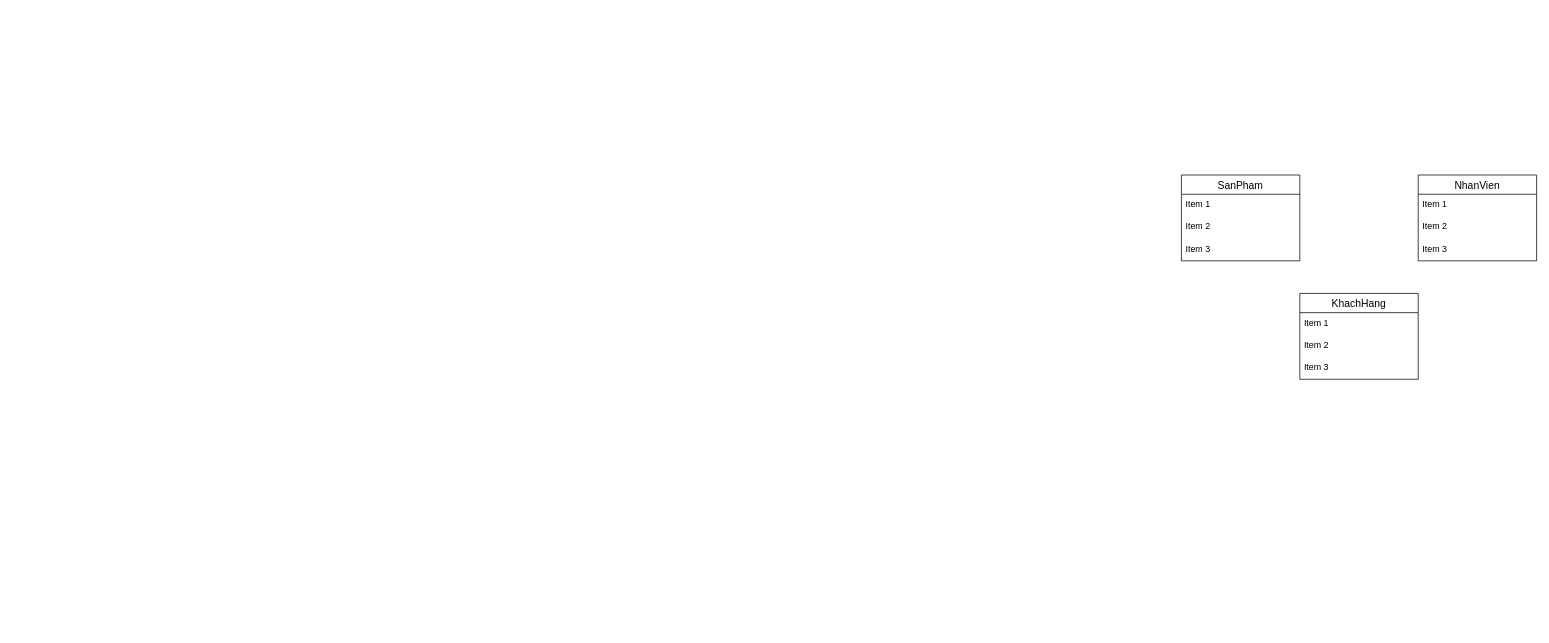
Before: ConstructorDiagram.drawio in EdgarIgnite16/Fast-food-store-Manager-OOP, a draw.io diagram. Source tidied: cells renumbered, new cells numbered last; positions are measured from the earlier drawing's top-left corner, leaving out a move shared by most shapes. Both pictures are drawn from the tidied source at 74%, with x=0, y=0 at pixel (1181, 175).
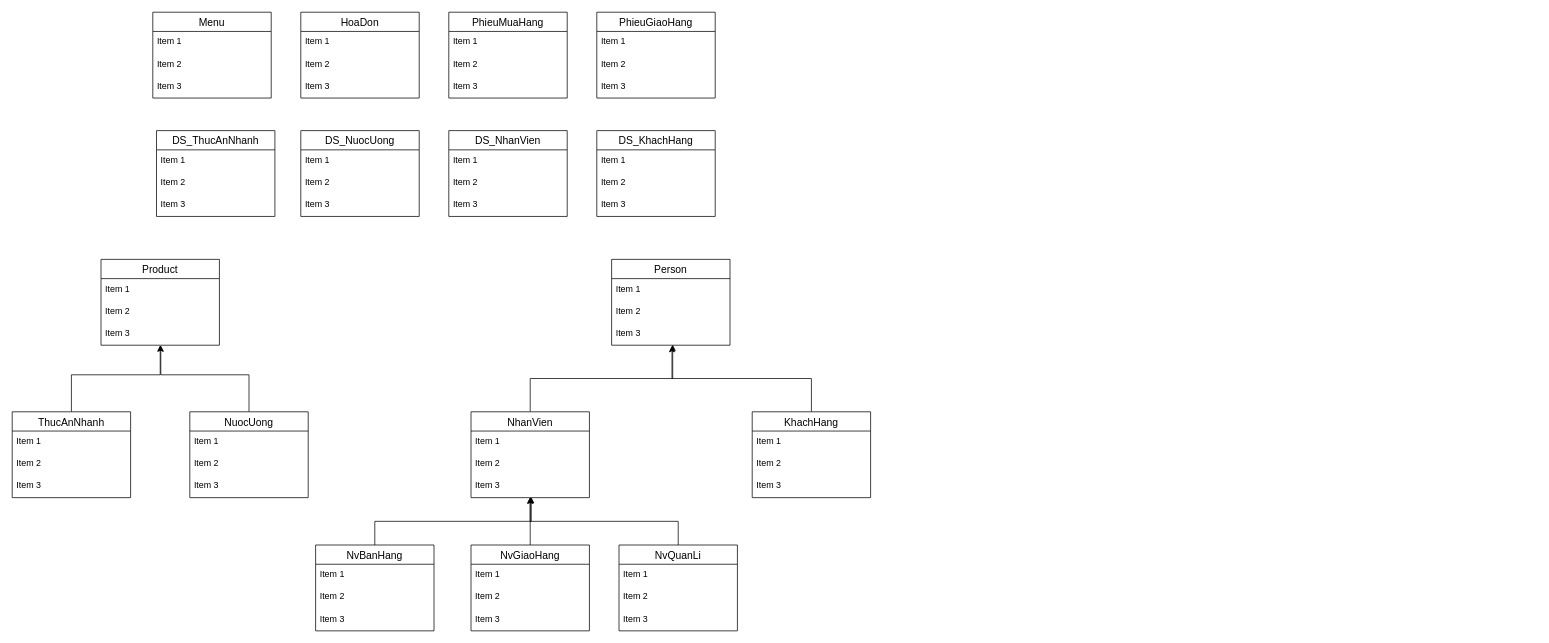
After the change.

The change refers to these unchanged cells:
```xml
<mxCell id="5" value="Item 3" style="text;strokeColor=none;fillColor=none;spacingLeft=4;spacingRight=4;overflow=hidden;points=[[0,0.5],[1,0.5]];portConstraint=eastwest;fontSize=12;" parent="2" vertex="1">
  <mxGeometry y="86" width="160" height="30" as="geometry" />
</mxCell>
```

Diff of the diagram source:
```diff
@@
-    <mxCell id="2" value="SanPham" style="swimlane;fontStyle=0;horizontal=1;startSize=26;align=center;fontSize=14;" parent="1" vertex="1">
-      <mxGeometry width="160" height="116" as="geometry" />
+    <mxCell id="2" value="Product" style="swimlane;fontStyle=0;horizontal=1;startSize=26;align=center;fontSize=14;" parent="1" vertex="1">
+      <mxGeometry x="-1460" y="114" width="160" height="116" as="geometry" />
     </mxCell>
@@
+    <mxCell id="14" value="HoaDon" style="swimlane;fontStyle=0;horizontal=1;startSize=26;align=center;fontSize=14;" parent="1" vertex="1">
+      <mxGeometry x="-1190" y="-220" width="160" height="116" as="geometry" />
+    </mxCell>
+    <mxCell id="15" value="Item 1" style="text;strokeColor=none;fillColor=none;spacingLeft=4;spacingRight=4;overflow=hidden;fontSize=12;" parent="14" vertex="1">
+      <mxGeometry y="26" width="160" height="30" as="geometry" />
+    </mxCell>
+    <mxCell id="16" value="Item 2" style="text;strokeColor=none;fillColor=none;spacingLeft=4;spacingRight=4;overflow=hidden;fontSize=12;" parent="14" vertex="1">
+      <mxGeometry y="56" width="160" height="30" as="geometry" />
+    </mxCell>
+    <mxCell id="17" value="Item 3" style="text;strokeColor=none;fillColor=none;spacingLeft=4;spacingRight=4;overflow=hidden;fontSize=12;" parent="14" vertex="1">
+      <mxGeometry y="86" width="160" height="30" as="geometry" />
+    </mxCell>
+    <mxCell id="18" value="PhieuMuaHang" style="swimlane;fontStyle=0;horizontal=1;startSize=26;align=center;fontSize=14;" parent="1" vertex="1">
+      <mxGeometry x="-990" y="-220" width="160" height="116" as="geometry" />
+    </mxCell>
+    <mxCell id="19" value="Item 1" style="text;strokeColor=none;fillColor=none;spacingLeft=4;spacingRight=4;overflow=hidden;fontSize=12;" parent="18" vertex="1">
+      <mxGeometry y="26" width="160" height="30" as="geometry" />
+    </mxCell>
+    <mxCell id="20" value="Item 2" style="text;strokeColor=none;fillColor=none;spacingLeft=4;spacingRight=4;overflow=hidden;fontSize=12;" parent="18" vertex="1">
+      <mxGeometry y="56" width="160" height="30" as="geometry" />
+    </mxCell>
+    <mxCell id="21" value="Item 3" style="text;strokeColor=none;fillColor=none;spacingLeft=4;spacingRight=4;overflow=hidden;fontSize=12;" parent="18" vertex="1">
+      <mxGeometry y="86" width="160" height="30" as="geometry" />
+    </mxCell>
+    <mxCell id="22" value="PhieuGiaoHang" style="swimlane;fontStyle=0;horizontal=1;startSize=26;align=center;fontSize=14;" parent="1" vertex="1">
+      <mxGeometry x="-790" y="-220" width="160" height="116" as="geometry" />
+    </mxCell>
+    <mxCell id="23" value="Item 1" style="text;strokeColor=none;fillColor=none;spacingLeft=4;spacingRight=4;overflow=hidden;fontSize=12;" parent="22" vertex="1">
+      <mxGeometry y="26" width="160" height="30" as="geometry" />
+    </mxCell>
+    <mxCell id="24" value="Item 2" style="text;strokeColor=none;fillColor=none;spacingLeft=4;spacingRight=4;overflow=hidden;fontSize=12;" parent="22" vertex="1">
+      <mxGeometry y="56" width="160" height="30" as="geometry" />
+    </mxCell>
+    <mxCell id="25" value="Item 3" style="text;strokeColor=none;fillColor=none;spacingLeft=4;spacingRight=4;overflow=hidden;fontSize=12;" parent="22" vertex="1">
+      <mxGeometry y="86" width="160" height="30" as="geometry" />
+    </mxCell>
+    <mxCell id="26" style="edgeStyle=orthogonalEdgeStyle;rounded=0;jettySize=auto;html=1;exitX=0.5;exitY=0;exitDx=0;exitDy=0;" parent="1" edge="1" source="27" target="5">
+      <mxGeometry relative="1" as="geometry">
+        <Array as="points">
+          <mxPoint x="-1500" y="270" />
+          <mxPoint x="-1380" y="270" />
+        </Array>
+      </mxGeometry>
+    </mxCell>
+    <mxCell id="27" value="ThucAnNhanh" style="swimlane;fontStyle=0;horizontal=1;startSize=26;align=center;fontSize=14;" parent="1" vertex="1">
+      <mxGeometry x="-1580" y="320" width="160" height="116" as="geometry" />
+    </mxCell>
+    <mxCell id="28" value="Item 1" style="text;strokeColor=none;fillColor=none;spacingLeft=4;spacingRight=4;overflow=hidden;fontSize=12;" parent="27" vertex="1">
+      <mxGeometry y="26" width="160" height="30" as="geometry" />
+    </mxCell>
+    <mxCell id="29" value="Item 2" style="text;strokeColor=none;fillColor=none;spacingLeft=4;spacingRight=4;overflow=hidden;fontSize=12;" parent="27" vertex="1">
+      <mxGeometry y="56" width="160" height="30" as="geometry" />
+    </mxCell>
+    <mxCell id="30" value="Item 3" style="text;strokeColor=none;fillColor=none;spacingLeft=4;spacingRight=4;overflow=hidden;fontSize=12;" parent="27" vertex="1">
+      <mxGeometry y="86" width="160" height="30" as="geometry" />
+    </mxCell>
+    <mxCell id="31" style="edgeStyle=orthogonalEdgeStyle;rounded=0;jettySize=auto;html=1;entryX=0.505;entryY=1.006;entryDx=0;entryDy=0;entryPerimeter=0;" parent="1" edge="1" source="32" target="5">
+      <mxGeometry relative="1" as="geometry">
+        <Array as="points">
+          <mxPoint x="-1260" y="270" />
+          <mxPoint x="-1379" y="270" />
+        </Array>
+      </mxGeometry>
+    </mxCell>
+    <mxCell id="32" value="NuocUong" style="swimlane;fontStyle=0;horizontal=1;startSize=26;align=center;fontSize=14;" parent="1" vertex="1">
+      <mxGeometry x="-1340" y="320" width="160" height="116" as="geometry" />
+    </mxCell>
+    <mxCell id="33" value="Item 1" style="text;strokeColor=none;fillColor=none;spacingLeft=4;spacingRight=4;overflow=hidden;fontSize=12;" parent="32" vertex="1">
+      <mxGeometry y="26" width="160" height="30" as="geometry" />
+    </mxCell>
+    <mxCell id="34" value="Item 2" style="text;strokeColor=none;fillColor=none;spacingLeft=4;spacingRight=4;overflow=hidden;fontSize=12;" parent="32" vertex="1">
+      <mxGeometry y="56" width="160" height="30" as="geometry" />
+    </mxCell>
+    <mxCell id="35" value="Item 3" style="text;strokeColor=none;fillColor=none;spacingLeft=4;spacingRight=4;overflow=hidden;fontSize=12;" parent="32" vertex="1">
+      <mxGeometry y="86" width="160" height="30" as="geometry" />
+    </mxCell>
+    <mxCell id="36" value="Person" style="swimlane;fontStyle=0;horizontal=1;startSize=26;align=center;fontSize=14;" parent="1" vertex="1">
+      <mxGeometry x="-770" y="114" width="160" height="116" as="geometry" />
+    </mxCell>
+    <mxCell id="37" value="Item 1" style="text;strokeColor=none;fillColor=none;spacingLeft=4;spacingRight=4;overflow=hidden;fontSize=12;" parent="36" vertex="1">
+      <mxGeometry y="26" width="160" height="30" as="geometry" />
+    </mxCell>
+    <mxCell id="38" value="Item 2" style="text;strokeColor=none;fillColor=none;spacingLeft=4;spacingRight=4;overflow=hidden;fontSize=12;" parent="36" vertex="1">
+      <mxGeometry y="56" width="160" height="30" as="geometry" />
+    </mxCell>
+    <mxCell id="39" value="Item 3" style="text;strokeColor=none;fillColor=none;spacingLeft=4;spacingRight=4;overflow=hidden;points=[[0,0.5],[1,0.5]];portConstraint=eastwest;fontSize=12;" parent="36" vertex="1">
+      <mxGeometry y="86" width="160" height="30" as="geometry" />
+    </mxCell>
+    <mxCell id="40" style="edgeStyle=orthogonalEdgeStyle;rounded=0;jettySize=auto;html=1;entryX=0.516;entryY=0.978;entryDx=0;entryDy=0;entryPerimeter=0;" parent="1" edge="1" source="6" target="39">
+      <mxGeometry relative="1" as="geometry" />
+    </mxCell>
     <mxCell id="6" value="NhanVien" style="swimlane;fontStyle=0;horizontal=1;startSize=26;align=center;fontSize=14;" parent="1" vertex="1">
-      <mxGeometry x="320" width="160" height="116" as="geometry" />
+      <mxGeometry x="-960" y="320" width="160" height="116" as="geometry" />
     </mxCell>
-    <mxCell id="7" value="Item 1" style="text;strokeColor=none;fillColor=none;spacingLeft=4;spacingRight=4;overflow=hidden;fontSize=12;" parent="6" vertex="1">
-      <mxGeometry y="26" width="160" height="30" as="geometry" />
-    </mxCell>
-    <mxCell id="8" value="Item 2" style="text;strokeColor=none;fillColor=none;spacingLeft=4;spacingRight=4;overflow=hidden;fontSize=12;" parent="6" vertex="1">
-      <mxGeometry y="56" width="160" height="30" as="geometry" />
-    </mxCell>
-    <mxCell id="9" value="Item 3" style="text;strokeColor=none;fillColor=none;spacingLeft=4;spacingRight=4;overflow=hidden;fontSize=12;" parent="6" vertex="1">
-      <mxGeometry y="86" width="160" height="30" as="geometry" />
-    </mxCell>
+    <mxCell id="41" value="Item 1" style="text;strokeColor=none;fillColor=none;spacingLeft=4;spacingRight=4;overflow=hidden;fontSize=12;" parent="6" vertex="1">
+      <mxGeometry y="26" width="160" height="30" as="geometry" />
+    </mxCell>
+    <mxCell id="42" value="Item 2" style="text;strokeColor=none;fillColor=none;spacingLeft=4;spacingRight=4;overflow=hidden;fontSize=12;" parent="6" vertex="1">
+      <mxGeometry y="56" width="160" height="30" as="geometry" />
+    </mxCell>
+    <mxCell id="43" value="Item 3" style="text;strokeColor=none;fillColor=none;spacingLeft=4;spacingRight=4;overflow=hidden;points=[[0,0.5],[1,0.5]];portConstraint=eastwest;fontSize=12;" parent="6" vertex="1">
+      <mxGeometry y="86" width="160" height="30" as="geometry" />
+    </mxCell>
+    <mxCell id="44" style="edgeStyle=orthogonalEdgeStyle;rounded=0;jettySize=auto;html=1;entryX=0.51;entryY=1.033;entryDx=0;entryDy=0;entryPerimeter=0;" parent="1" edge="1" source="10" target="39">
+      <mxGeometry relative="1" as="geometry" />
+    </mxCell>
     <mxCell id="10" value="KhachHang" style="swimlane;fontStyle=0;horizontal=1;startSize=26;align=center;fontSize=14;" parent="1" vertex="1">
-      <mxGeometry x="160" y="160" width="160" height="116" as="geometry" />
+      <mxGeometry x="-580" y="320" width="160" height="116" as="geometry" />
     </mxCell>
-    <mxCell id="11" value="Item 1" style="text;strokeColor=none;fillColor=none;spacingLeft=4;spacingRight=4;overflow=hidden;fontSize=12;" parent="10" vertex="1">
-      <mxGeometry y="26" width="160" height="30" as="geometry" />
-    </mxCell>
-    <mxCell id="12" value="Item 2" style="text;strokeColor=none;fillColor=none;spacingLeft=4;spacingRight=4;overflow=hidden;fontSize=12;" parent="10" vertex="1">
-      <mxGeometry y="56" width="160" height="30" as="geometry" />
-    </mxCell>
-    <mxCell id="13" value="Item 3" style="text;strokeColor=none;fillColor=none;spacingLeft=4;spacingRight=4;overflow=hidden;fontSize=12;" parent="10" vertex="1">
-      <mxGeometry y="86" width="160" height="30" as="geometry" />
-    </mxCell>
+    <mxCell id="45" value="Item 1" style="text;strokeColor=none;fillColor=none;spacingLeft=4;spacingRight=4;overflow=hidden;fontSize=12;" parent="10" vertex="1">
+      <mxGeometry y="26" width="160" height="30" as="geometry" />
+    </mxCell>
+    <mxCell id="46" value="Item 2" style="text;strokeColor=none;fillColor=none;spacingLeft=4;spacingRight=4;overflow=hidden;fontSize=12;" parent="10" vertex="1">
+      <mxGeometry y="56" width="160" height="30" as="geometry" />
+    </mxCell>
+    <mxCell id="47" value="Item 3" style="text;strokeColor=none;fillColor=none;spacingLeft=4;spacingRight=4;overflow=hidden;fontSize=12;" parent="10" vertex="1">
+      <mxGeometry y="86" width="160" height="30" as="geometry" />
+    </mxCell>
+    <mxCell id="48" style="edgeStyle=orthogonalEdgeStyle;rounded=0;jettySize=auto;html=1;entryX=0.509;entryY=0.974;entryDx=0;entryDy=0;entryPerimeter=0;" parent="1" edge="1" source="49" target="43">
+      <mxGeometry relative="1" as="geometry" />
+    </mxCell>
+    <mxCell id="49" value="NvBanHang" style="swimlane;fontStyle=0;horizontal=1;startSize=26;align=center;fontSize=14;" parent="1" vertex="1">
+      <mxGeometry x="-1170" y="500" width="160" height="116" as="geometry" />
+    </mxCell>
+    <mxCell id="50" value="Item 1" style="text;strokeColor=none;fillColor=none;spacingLeft=4;spacingRight=4;overflow=hidden;fontSize=12;" parent="49" vertex="1">
+      <mxGeometry y="26" width="160" height="30" as="geometry" />
+    </mxCell>
+    <mxCell id="51" value="Item 2" style="text;strokeColor=none;fillColor=none;spacingLeft=4;spacingRight=4;overflow=hidden;fontSize=12;" parent="49" vertex="1">
+      <mxGeometry y="56" width="160" height="30" as="geometry" />
+    </mxCell>
+    <mxCell id="52" value="Item 3" style="text;strokeColor=none;fillColor=none;spacingLeft=4;spacingRight=4;overflow=hidden;fontSize=12;" parent="49" vertex="1">
+      <mxGeometry y="86" width="160" height="30" as="geometry" />
+    </mxCell>
+    <mxCell id="53" value="DS_ThucAnNhanh" style="swimlane;fontStyle=0;horizontal=1;startSize=26;align=center;fontSize=14;" parent="1" vertex="1">
+      <mxGeometry x="-1385" y="-60" width="160" height="116" as="geometry" />
+    </mxCell>
+    <mxCell id="54" value="Item 1" style="text;strokeColor=none;fillColor=none;spacingLeft=4;spacingRight=4;overflow=hidden;fontSize=12;" parent="53" vertex="1">
+      <mxGeometry y="26" width="160" height="30" as="geometry" />
+    </mxCell>
+    <mxCell id="55" value="Item 2" style="text;strokeColor=none;fillColor=none;spacingLeft=4;spacingRight=4;overflow=hidden;fontSize=12;" parent="53" vertex="1">
+      <mxGeometry y="56" width="160" height="30" as="geometry" />
+    </mxCell>
+    <mxCell id="56" value="Item 3" style="text;strokeColor=none;fillColor=none;spacingLeft=4;spacingRight=4;overflow=hidden;fontSize=12;" parent="53" vertex="1">
+      <mxGeometry y="86" width="160" height="30" as="geometry" />
+    </mxCell>
+    <mxCell id="57" value="DS_NuocUong" style="swimlane;fontStyle=0;horizontal=1;startSize=26;align=center;fontSize=14;" parent="1" vertex="1">
+      <mxGeometry x="-1190" y="-60" width="160" height="116" as="geometry" />
+    </mxCell>
+    <mxCell id="58" value="Item 1" style="text;strokeColor=none;fillColor=none;spacingLeft=4;spacingRight=4;overflow=hidden;fontSize=12;" parent="57" vertex="1">
+      <mxGeometry y="26" width="160" height="30" as="geometry" />
+    </mxCell>
+    <mxCell id="59" value="Item 2" style="text;strokeColor=none;fillColor=none;spacingLeft=4;spacingRight=4;overflow=hidden;fontSize=12;" parent="57" vertex="1">
+      <mxGeometry y="56" width="160" height="30" as="geometry" />
+    </mxCell>
+    <mxCell id="60" value="Item 3" style="text;strokeColor=none;fillColor=none;spacingLeft=4;spacingRight=4;overflow=hidden;fontSize=12;" parent="57" vertex="1">
+      <mxGeometry y="86" width="160" height="30" as="geometry" />
+    </mxCell>
+    <mxCell id="61" value="DS_NhanVien" style="swimlane;fontStyle=0;horizontal=1;startSize=26;align=center;fontSize=14;" parent="1" vertex="1">
+      <mxGeometry x="-990" y="-60" width="160" height="116" as="geometry" />
+    </mxCell>
+    <mxCell id="62" value="Item 1" style="text;strokeColor=none;fillColor=none;spacingLeft=4;spacingRight=4;overflow=hidden;fontSize=12;" parent="61" vertex="1">
+      <mxGeometry y="26" width="160" height="30" as="geometry" />
+    </mxCell>
+    <mxCell id="63" value="Item 2" style="text;strokeColor=none;fillColor=none;spacingLeft=4;spacingRight=4;overflow=hidden;fontSize=12;" parent="61" vertex="1">
+      <mxGeometry y="56" width="160" height="30" as="geometry" />
+    </mxCell>
+    <mxCell id="64" value="Item 3" style="text;strokeColor=none;fillColor=none;spacingLeft=4;spacingRight=4;overflow=hidden;fontSize=12;" parent="61" vertex="1">
+      <mxGeometry y="86" width="160" height="30" as="geometry" />
+    </mxCell>
+    <mxCell id="65" value="DS_KhachHang" style="swimlane;fontStyle=0;horizontal=1;startSize=26;align=center;fontSize=14;" parent="1" vertex="1">
+      <mxGeometry x="-790" y="-60" width="160" height="116" as="geometry" />
+    </mxCell>
+    <mxCell id="66" value="Item 1" style="text;strokeColor=none;fillColor=none;spacingLeft=4;spacingRight=4;overflow=hidden;fontSize=12;" parent="65" vertex="1">
+      <mxGeometry y="26" width="160" height="30" as="geometry" />
+    </mxCell>
+    <mxCell id="67" value="Item 2" style="text;strokeColor=none;fillColor=none;spacingLeft=4;spacingRight=4;overflow=hidden;fontSize=12;" parent="65" vertex="1">
+      <mxGeometry y="56" width="160" height="30" as="geometry" />
+    </mxCell>
+    <mxCell id="68" value="Item 3" style="text;strokeColor=none;fillColor=none;spacingLeft=4;spacingRight=4;overflow=hidden;fontSize=12;" parent="65" vertex="1">
+      <mxGeometry y="86" width="160" height="30" as="geometry" />
+    </mxCell>
+    <mxCell id="69" style="edgeStyle=orthogonalEdgeStyle;rounded=0;jettySize=auto;html=1;entryX=0.5;entryY=0.974;entryDx=0;entryDy=0;entryPerimeter=0;" parent="1" edge="1" source="70" target="43">
+      <mxGeometry relative="1" as="geometry" />
+    </mxCell>
+    <mxCell id="70" value="NvGiaoHang" style="swimlane;fontStyle=0;horizontal=1;startSize=26;align=center;fontSize=14;" parent="1" vertex="1">
+      <mxGeometry x="-960" y="500" width="160" height="116" as="geometry" />
+    </mxCell>
+    <mxCell id="71" value="Item 1" style="text;strokeColor=none;fillColor=none;spacingLeft=4;spacingRight=4;overflow=hidden;fontSize=12;" parent="70" vertex="1">
+      <mxGeometry y="26" width="160" height="30" as="geometry" />
+    </mxCell>
+    <mxCell id="72" value="Item 2" style="text;strokeColor=none;fillColor=none;spacingLeft=4;spacingRight=4;overflow=hidden;fontSize=12;" parent="70" vertex="1">
+      <mxGeometry y="56" width="160" height="30" as="geometry" />
+    </mxCell>
+    <mxCell id="73" value="Item 3" style="text;strokeColor=none;fillColor=none;spacingLeft=4;spacingRight=4;overflow=hidden;fontSize=12;" parent="70" vertex="1">
+      <mxGeometry y="86" width="160" height="30" as="geometry" />
+    </mxCell>
+    <mxCell id="74" style="edgeStyle=orthogonalEdgeStyle;rounded=0;jettySize=auto;html=1;entryX=0.5;entryY=0.997;entryDx=0;entryDy=0;entryPerimeter=0;" parent="1" edge="1" source="75" target="43">
+      <mxGeometry relative="1" as="geometry" />
+    </mxCell>
+    <mxCell id="75" value="NvQuanLi" style="swimlane;fontStyle=0;horizontal=1;startSize=26;align=center;fontSize=14;" parent="1" vertex="1">
+      <mxGeometry x="-760" y="500" width="160" height="116" as="geometry" />
+    </mxCell>
+    <mxCell id="76" value="Item 1" style="text;strokeColor=none;fillColor=none;spacingLeft=4;spacingRight=4;overflow=hidden;fontSize=12;" parent="75" vertex="1">
+      <mxGeometry y="26" width="160" height="30" as="geometry" />
+    </mxCell>
+    <mxCell id="77" value="Item 2" style="text;strokeColor=none;fillColor=none;spacingLeft=4;spacingRight=4;overflow=hidden;fontSize=12;" parent="75" vertex="1">
+      <mxGeometry y="56" width="160" height="30" as="geometry" />
+    </mxCell>
+    <mxCell id="78" value="Item 3" style="text;strokeColor=none;fillColor=none;spacingLeft=4;spacingRight=4;overflow=hidden;fontSize=12;" parent="75" vertex="1">
+      <mxGeometry y="86" width="160" height="30" as="geometry" />
+    </mxCell>
+    <mxCell id="79" value="Menu" style="swimlane;fontStyle=0;horizontal=1;startSize=26;align=center;fontSize=14;" parent="1" vertex="1">
+      <mxGeometry x="-1390" y="-220" width="160" height="116" as="geometry" />
+    </mxCell>
+    <mxCell id="80" value="Item 1" style="text;strokeColor=none;fillColor=none;spacingLeft=4;spacingRight=4;overflow=hidden;fontSize=12;" parent="79" vertex="1">
+      <mxGeometry y="26" width="160" height="30" as="geometry" />
+    </mxCell>
+    <mxCell id="81" value="Item 2" style="text;strokeColor=none;fillColor=none;spacingLeft=4;spacingRight=4;overflow=hidden;fontSize=12;" parent="79" vertex="1">
+      <mxGeometry y="56" width="160" height="30" as="geometry" />
+    </mxCell>
+    <mxCell id="82" value="Item 3" style="text;strokeColor=none;fillColor=none;spacingLeft=4;spacingRight=4;overflow=hidden;fontSize=12;" parent="79" vertex="1">
+      <mxGeometry y="86" width="160" height="30" as="geometry" />
+    </mxCell>
```
